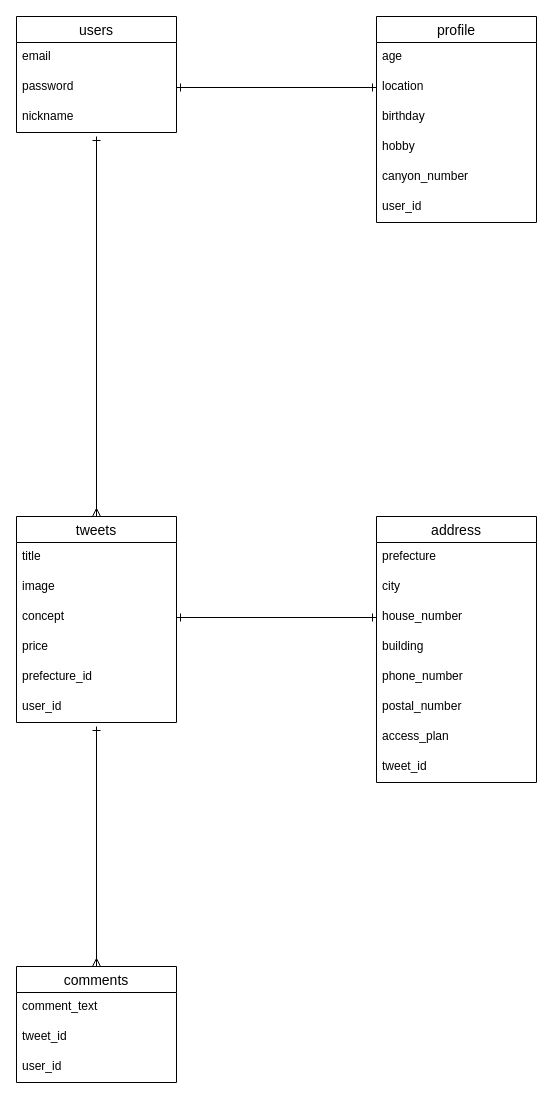
Before: entity.dio in ya-3mameo/canyon-30433, a draw.io diagram. Source tidied: cells renumbered, new cells numbered last; positions are measured from the earlier drawing's top-left corner, leaving out a move shared by most shapes. Both pictures are drawn from the tidied source at 100%, with x=0, y=0 at pixel (16, 16).
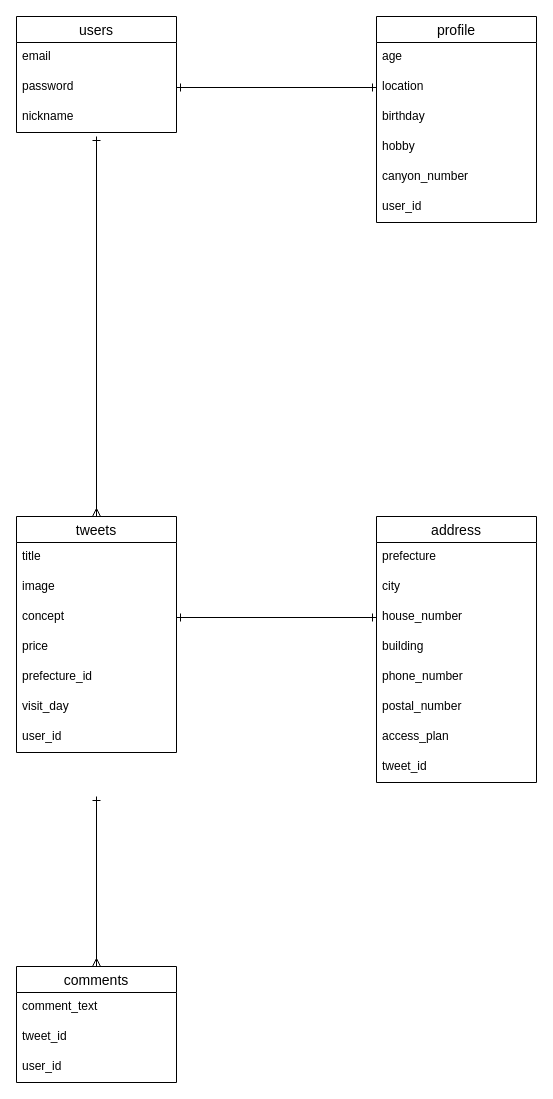
The same diagram, later.

Unchanged cells that the change refers to:
```xml
<mxCell id="33" value="comments" style="swimlane;fontStyle=0;horizontal=1;startSize=26;align=center;fontSize=14;" parent="1" vertex="1">
  <mxGeometry y="950" width="160" height="116" as="geometry" />
</mxCell>
```

Diff of the diagram source:
```diff
@@
     <mxCell id="14" value="tweets" style="swimlane;fontStyle=0;horizontal=1;startSize=26;align=center;fontSize=14;" parent="1" vertex="1">
-      <mxGeometry y="500" width="160" height="206" as="geometry" />
+      <mxGeometry y="500" width="160" height="236" as="geometry" />
     </mxCell>
@@
-    <mxCell id="20" value="user_id" style="text;strokeColor=none;fillColor=none;spacingLeft=4;spacingRight=4;overflow=hidden;fontSize=12;" parent="14" vertex="1">
+    <mxCell id="20" value="visit_day" style="text;strokeColor=none;fillColor=none;spacingLeft=4;spacingRight=4;overflow=hidden;fontSize=12;" parent="14" vertex="1">
       <mxGeometry y="176" width="160" height="30" as="geometry" />
     </mxCell>
+    <mxCell id="37" value="user_id" style="text;strokeColor=none;fillColor=none;spacingLeft=4;spacingRight=4;overflow=hidden;fontSize=12;" parent="14" vertex="1">
+      <mxGeometry y="206" width="160" height="30" as="geometry" />
+    </mxCell>
@@
     <mxCell id="30" style="edgeStyle=orthogonalEdgeStyle;rounded=0;jettySize=auto;html=1;exitX=0.5;exitY=0;exitDx=0;exitDy=0;startArrow=ERmany;startFill=0;endArrow=ERone;endFill=0;" parent="1" edge="1" source="33">
       <mxGeometry relative="1" as="geometry">
-        <mxPoint x="80" y="710" as="targetPoint" />
+        <mxPoint x="80" y="780" as="targetPoint" />
       </mxGeometry>
     </mxCell>
```
